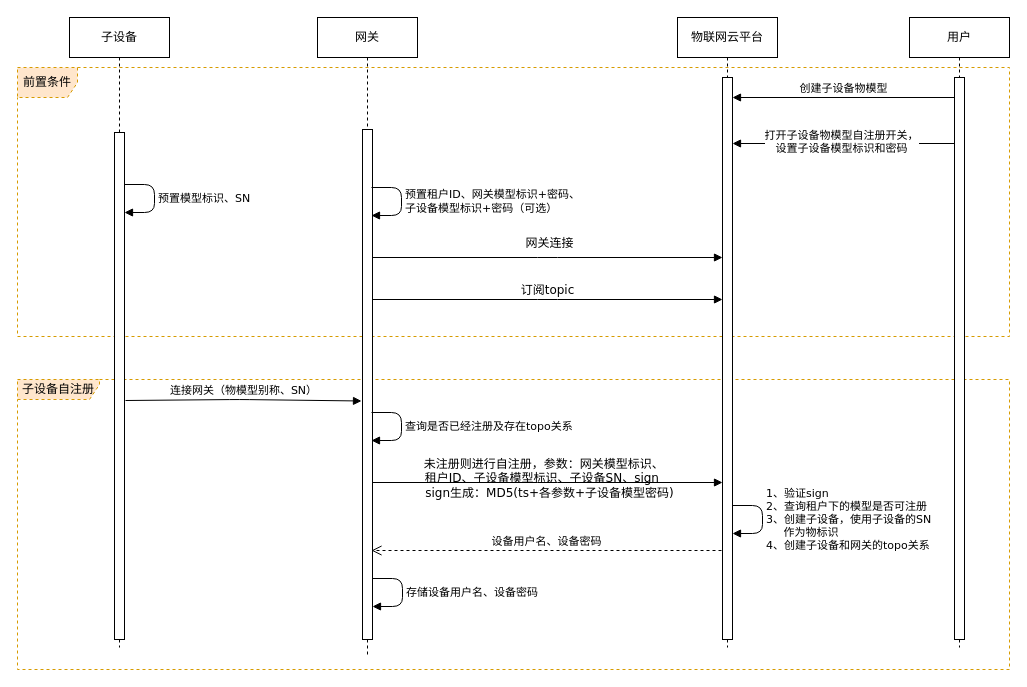
This is root/子设备注册（面向客户）.drawio from yzzh9/yzzh9, a draw.io file, before an edit. Source tidied: cells renumbered, new cells numbered last; positions are measured from the earlier drawing's top-left corner, leaving out a move shared by most shapes. Both pictures are drawn from the tidied source at 100%, with x=0, y=0 at pixel (17, 17).
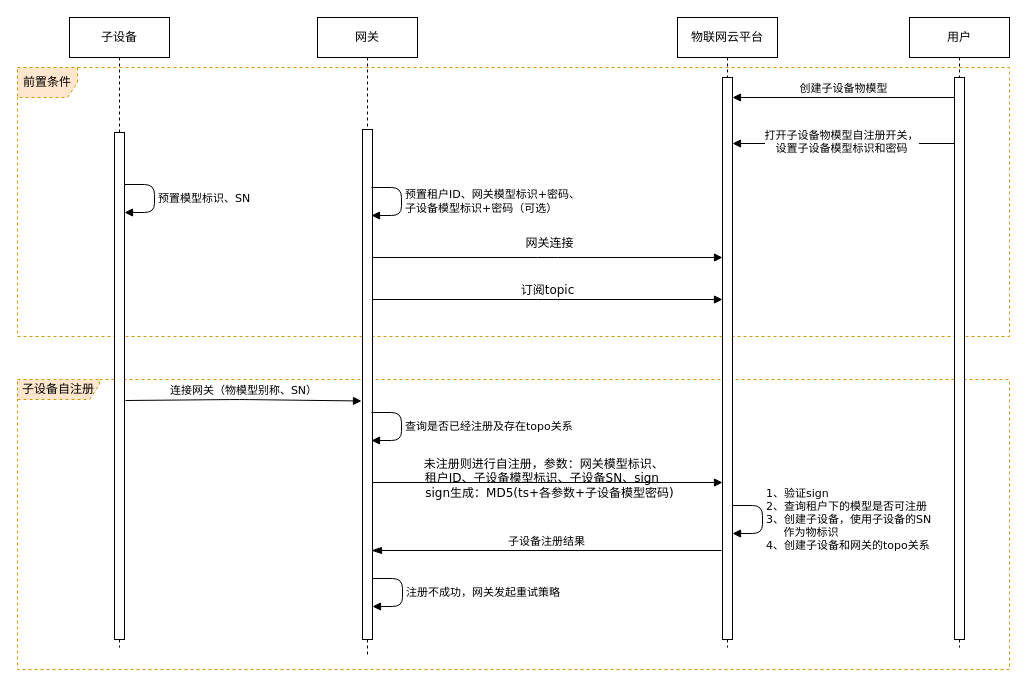
The same page after the edit.

Commit message:
Update 子设备注册（面向客户）.drawio

Diff of the diagram source:
```diff
@@
-    <mxCell id="18" value="&lt;br&gt;设备用户名、设备密码" style="html=1;verticalAlign=bottom;endArrow=open;dashed=1;endSize=8;fontFamily=Verdana;" parent="1" edge="1">
+    <mxCell id="18" value="子设备注册结果" style="html=1;verticalAlign=bottom;endArrow=blockThin;endSize=8;fontFamily=Verdana;endFill=1;" parent="1" edge="1">
       <mxGeometry relative="1" as="geometry">
         <mxPoint x="704" y="533" as="sourcePoint" />
         <mxPoint x="354" y="533" as="targetPoint" />
       </mxGeometry>
     </mxCell>
-    <mxCell id="19" value="存储设备用户名、设备密码" style="edgeStyle=orthogonalEdgeStyle;html=1;align=left;spacingLeft=2;endArrow=block;fontFamily=Verdana;" parent="1" edge="1">
+    <mxCell id="19" value="注册不成功，网关发起重试策略" style="edgeStyle=orthogonalEdgeStyle;html=1;align=left;spacingLeft=2;endArrow=block;fontFamily=Verdana;" parent="1" edge="1">
       <mxGeometry relative="1" as="geometry">
         <mxPoint x="355" y="561" as="sourcePoint" />
         <mxPoint x="355" y="589" as="targetPoint" />
         <Array as="points">
           <mxPoint x="385" y="561" />
         </Array>
       </mxGeometry>
     </mxCell>
```
